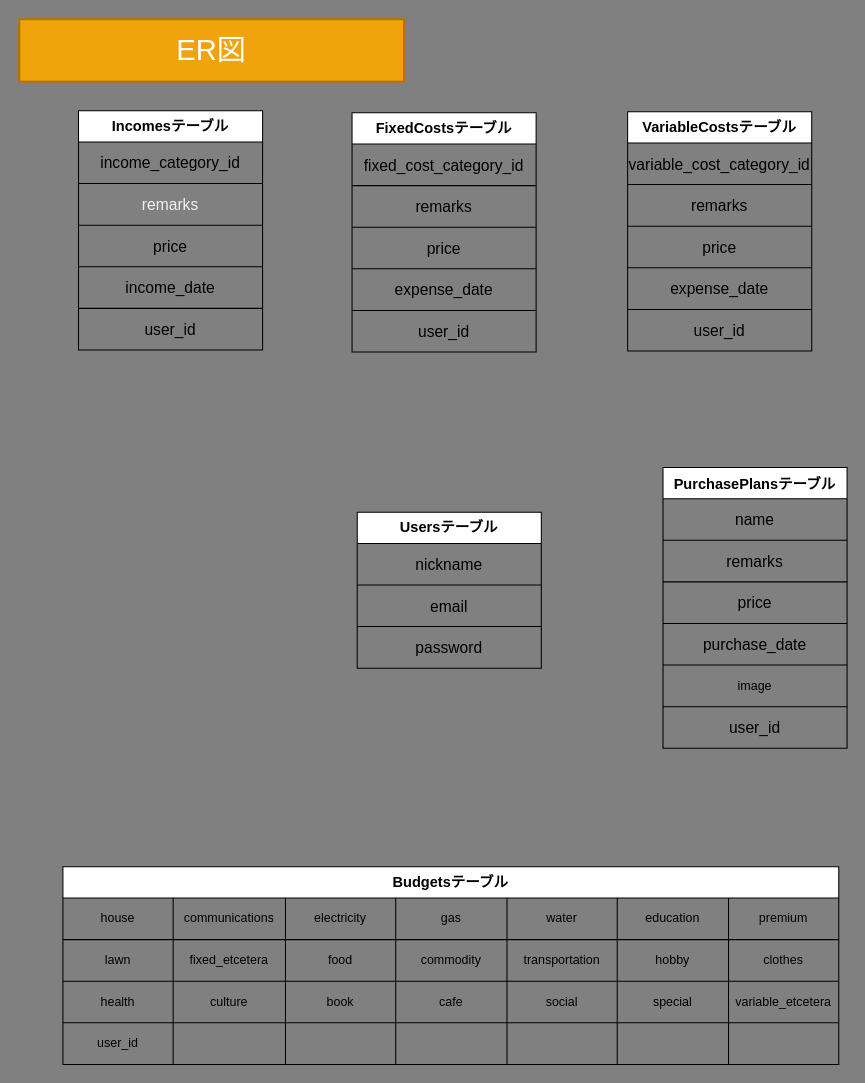
This is page "ER図" (1 of 2) of ER.drawio from TAISEI-050523/money_book, a draw.io file, before an edit. Source tidied: cells renumbered, new cells numbered last; positions are measured from the earlier drawing's top-left corner, leaving out a move shared by most shapes. Both pictures are drawn from the tidied source at 104%, with x=0, y=0 at pixel (19, 19).
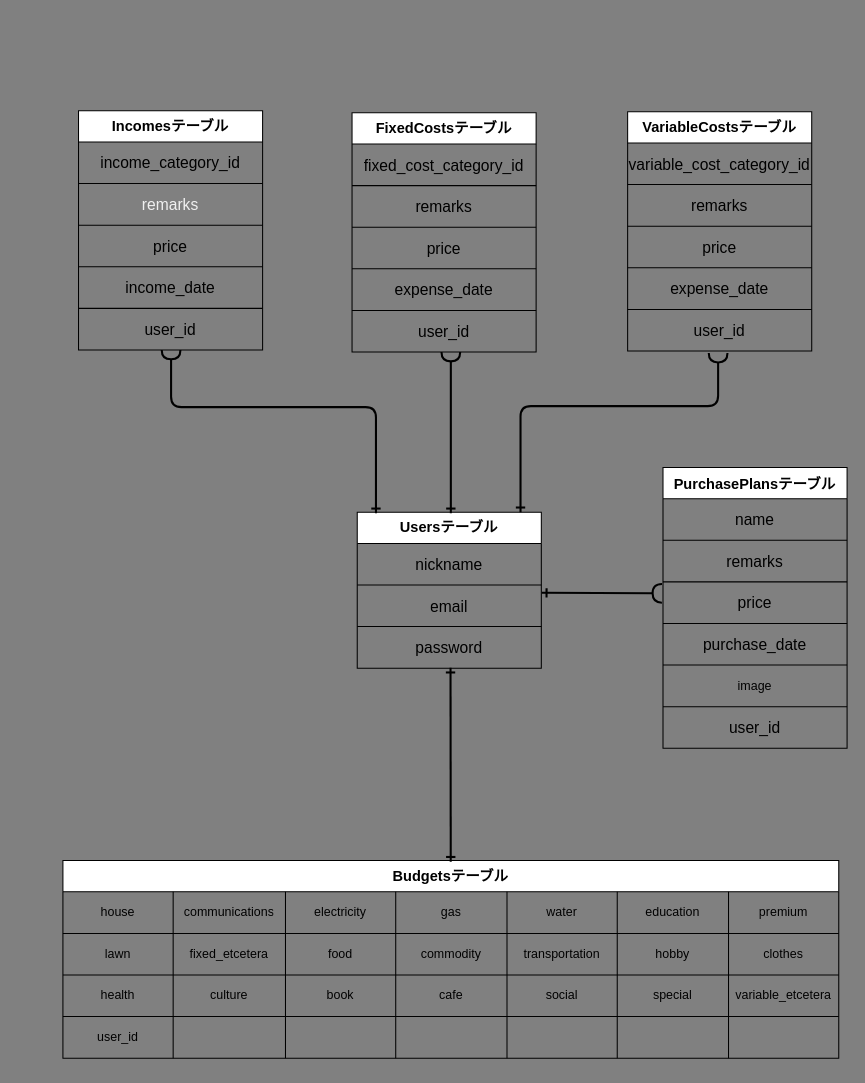
The same page after the edit.

The change refers to these unchanged cells:
```xml
<mxCell id="45" style="shape=partialRectangle;html=1;whiteSpace=wrap;fillColor=none;top=0;left=0;bottom=0;right=0;points=[[0,0.5],[1,0.5]];portConstraint=eastwest;" parent="36" vertex="1">
  <mxGeometry y="190" width="177" height="40" as="geometry" />
</mxCell>
<mxCell id="56" style="shape=partialRectangle;html=1;whiteSpace=wrap;fillColor=none;top=0;left=0;bottom=0;right=0;points=[[0,0.5],[1,0.5]];portConstraint=eastwest;" parent="47" vertex="1">
  <mxGeometry y="190" width="177" height="40" as="geometry" />
</mxCell>
<mxCell id="85" style="shape=partialRectangle;html=1;whiteSpace=wrap;fillColor=none;top=0;left=0;bottom=0;right=0;points=[[0,0.5],[1,0.5]];portConstraint=eastwest;" parent="82" vertex="1">
  <mxGeometry y="70" width="177" height="40" as="geometry" />
</mxCell>
```

Diff of the diagram source:
```diff
@@
-    <mxCell id="2" value="ER図" style="whiteSpace=wrap;html=1;strokeColor=#BD7000;strokeWidth=2;fillColor=#f0a30a;fontSize=28;fontColor=#ffffff;" parent="1" vertex="1">
-      <mxGeometry width="370" height="60" as="geometry" />
-    </mxCell>
     <mxCell id="3" value="Budgetsテーブル" style="shape=table;html=1;whiteSpace=wrap;startSize=30;childLayout=tableLayout;fontStyle=1;align=center;shadow=0;fontSize=14;" parent="1" vertex="1">
-      <mxGeometry x="42" y="815" width="746" height="190" as="geometry" />
+      <mxGeometry x="42" y="809" width="746" height="190" as="geometry" />
     </mxCell>
@@
+    <mxCell id="89" style="edgeStyle=orthogonalEdgeStyle;fontSize=12;html=1;endArrow=halfCircle;endFill=0;strokeWidth=2;startArrow=ERone;startFill=0;" parent="1" edge="1">
+      <mxGeometry relative="1" as="geometry">
+        <mxPoint x="482" y="474" as="sourcePoint" />
+        <mxPoint x="672" y="321" as="targetPoint" />
+        <Array as="points">
+          <mxPoint x="482" y="372" />
+          <mxPoint x="672" y="372" />
+        </Array>
+      </mxGeometry>
+    </mxCell>
+    <mxCell id="90" style="edgeStyle=orthogonalEdgeStyle;fontSize=12;html=1;endArrow=halfCircle;endFill=0;strokeWidth=2;startArrow=ERone;startFill=0;" parent="1" edge="1" target="45">
+      <mxGeometry relative="1" as="geometry">
+        <mxPoint x="343" y="475" as="sourcePoint" />
+        <Array as="points">
+          <mxPoint x="343" y="373" />
+          <mxPoint x="146" y="373" />
+        </Array>
+      </mxGeometry>
+    </mxCell>
+    <mxCell id="91" style="edgeStyle=orthogonalEdgeStyle;fontSize=12;html=1;endArrow=halfCircle;endFill=0;strokeWidth=2;startArrow=ERone;startFill=0;" parent="1" edge="1" target="56">
+      <mxGeometry relative="1" as="geometry">
+        <mxPoint x="415" y="475" as="sourcePoint" />
+        <Array as="points">
+          <mxPoint x="415" y="333" />
+          <mxPoint x="415" y="333" />
+        </Array>
+      </mxGeometry>
+    </mxCell>
+    <mxCell id="92" style="endArrow=halfCircle;html=1;strokeWidth=2;exitX=1.003;exitY=0.188;exitDx=0;exitDy=0;exitPerimeter=0;endFill=0;startArrow=ERone;startFill=0;" parent="1" edge="1" source="85">
+      <mxGeometry relative="1" as="geometry">
+        <mxPoint x="618" y="552" as="targetPoint" />
+      </mxGeometry>
+    </mxCell>
+    <mxCell id="93" style="endArrow=ERone;html=1;strokeWidth=2;entryX=0.507;entryY=0.965;entryDx=0;entryDy=0;entryPerimeter=0;endFill=0;startArrow=ERone;startFill=0;" parent="1" edge="1">
+      <mxGeometry relative="1" as="geometry">
+        <mxPoint x="414.9" y="810" as="sourcePoint" />
+        <mxPoint x="414.7" y="623.6" as="targetPoint" />
+      </mxGeometry>
+    </mxCell>
```
